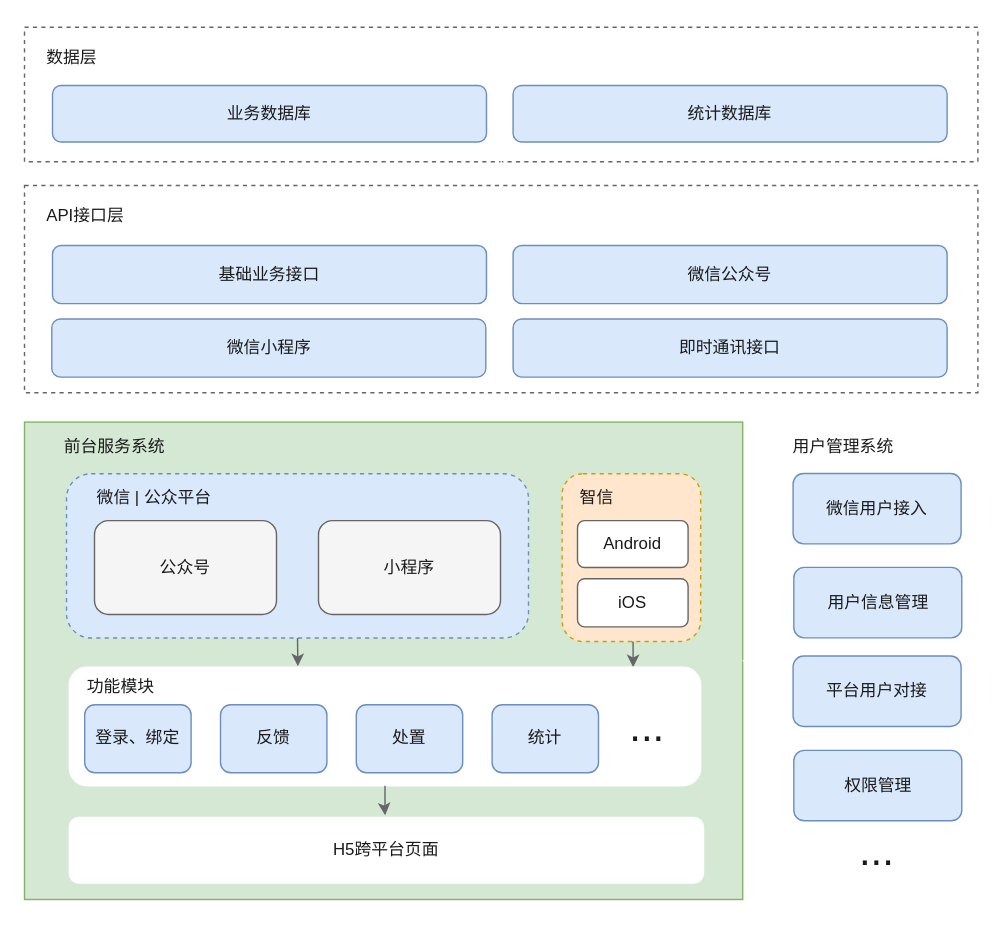
withparadox2/DrawIO keeps this draw.io diagram as page "arch" (3 of 6) of 智信宣传.drawio. Above is the earlier version. Source tidied: cells renumbered, new cells numbered last; positions are measured from the earlier drawing's top-left corner, leaving out a move shared by most shapes. Both pictures are drawn from the tidied source at 140%, with x=0, y=0 at pixel (24, 27).
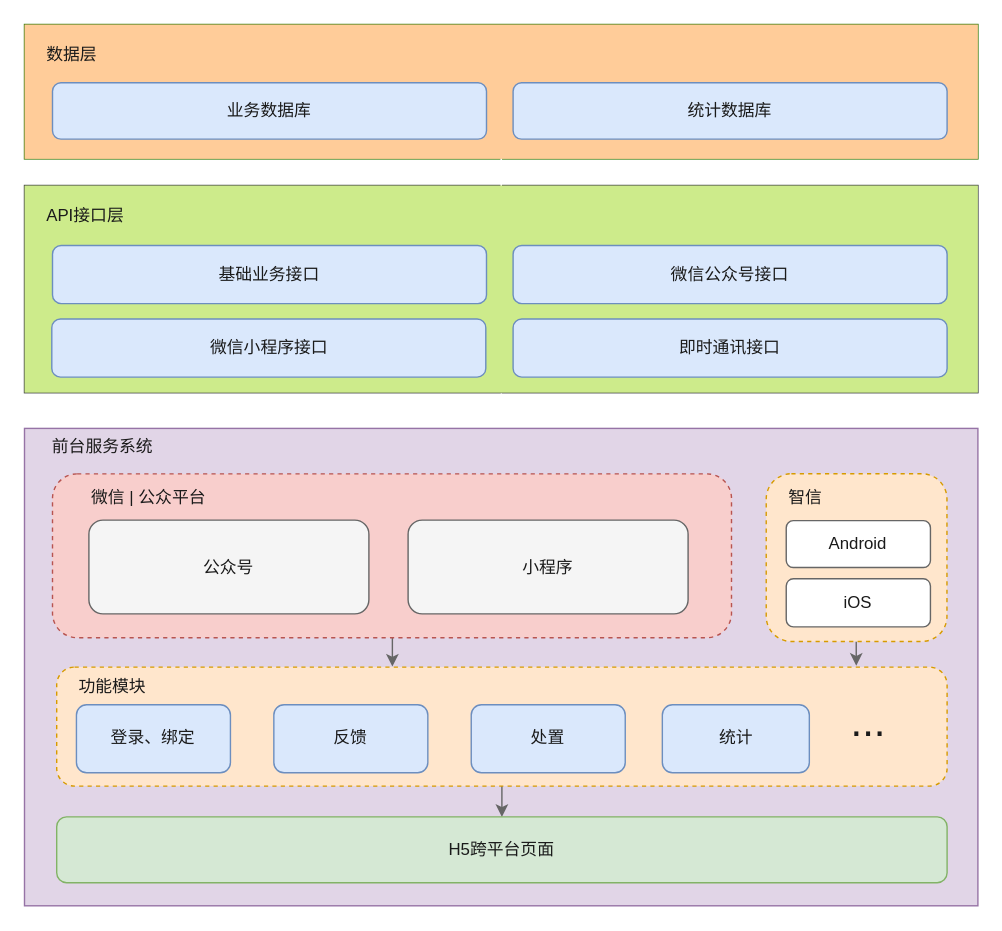
After the change.

What changed in the source:
```diff
@@
-    <mxCell id="2" style="group;" parent="1" vertex="1">
+    <mxCell id="2" style="group;fillColor=#ffcccc;strokeColor=#36393d;" parent="1" vertex="1">
       <mxGeometry y="113" width="681" height="148" as="geometry" />
     </mxCell>
+    <mxCell id="17" style="group;fillColor=#60a917;strokeColor=#2D7600;fontColor=#ffffff;" parent="1" vertex="1">
+      <mxGeometry y="-2" width="681" height="96" as="geometry" />
+    </mxCell>
+    <mxCell id="23" style="edgeStyle=orthogonalEdgeStyle;rounded=0;jettySize=auto;html=1;strokeColor=#FFFFFF;fontColor=#1A1A1A;" parent="1" edge="1" source="3" target="18">
+      <mxGeometry relative="1" as="geometry" />
+    </mxCell>
+    <mxCell id="18" style="rounded=0;whiteSpace=wrap;html=1;strokeColor=none;fillColor=#ffcc99;align=center;" parent="1" vertex="1">
+      <mxGeometry y="-2" width="681" height="96" as="geometry" />
+    </mxCell>
+    <mxCell id="19" value="&lt;div style=&quot;text-align: center&quot;&gt;&lt;span&gt;数据层&lt;/span&gt;&lt;/div&gt;" style="text;html=1;strokeColor=none;fillColor=none;align=left;verticalAlign=middle;whiteSpace=wrap;rounded=0;fontColor=#1A1A1A;" parent="1" vertex="1">
+      <mxGeometry x="14" y="12.8" width="101" height="13.4" as="geometry" />
+    </mxCell>
+    <mxCell id="20" value="&lt;font color=&quot;#1a1a1a&quot;&gt;业务数据库&lt;/font&gt;" style="rounded=1;whiteSpace=wrap;html=1;strokeColor=#6c8ebf;fillColor=#dae8fc;align=center;" parent="1" vertex="1">
+      <mxGeometry x="20" y="39.6" width="310" height="40.3" as="geometry" />
+    </mxCell>
+    <mxCell id="21" value="统计数据库" style="rounded=1;whiteSpace=wrap;html=1;strokeColor=#6c8ebf;fillColor=#dae8fc;align=center;fontColor=#1A1A1A;" parent="1" vertex="1">
+      <mxGeometry x="349" y="39.6" width="310" height="40.3" as="geometry" />
+    </mxCell>
-    <mxCell id="3" style="rounded=0;whiteSpace=wrap;html=1;dashed=1;strokeColor=#666666;fillColor=#ffffff;fontColor=#1A1A1A;align=center;" parent="2" vertex="1">
-      <mxGeometry width="681" height="148" as="geometry" />
+    <mxCell id="3" style="rounded=0;whiteSpace=wrap;html=1;strokeColor=none;fillColor=#cdeb8b;align=center;" parent="1" vertex="1">
+      <mxGeometry y="113" width="681" height="148" as="geometry" />
     </mxCell>
-    <mxCell id="4" value="&lt;div style=&quot;text-align: center&quot;&gt;&lt;span&gt;API接口层&lt;/span&gt;&lt;/div&gt;" style="text;html=1;strokeColor=none;fillColor=none;align=left;verticalAlign=middle;whiteSpace=wrap;rounded=0;fontColor=#1A1A1A;" parent="2" vertex="1">
-      <mxGeometry x="14" y="15.2" width="101" height="13.8" as="geometry" />
+    <mxCell id="4" value="&lt;div style=&quot;text-align: center&quot;&gt;&lt;span&gt;API接口层&lt;/span&gt;&lt;/div&gt;" style="text;html=1;strokeColor=none;fillColor=none;align=left;verticalAlign=middle;whiteSpace=wrap;rounded=0;fontColor=#1A1A1A;" parent="1" vertex="1">
+      <mxGeometry x="14" y="128.2" width="101" height="13.8" as="geometry" />
     </mxCell>
-    <mxCell id="5" value="&lt;font color=&quot;#1a1a1a&quot;&gt;基础业务接口&lt;/font&gt;" style="rounded=1;whiteSpace=wrap;html=1;strokeColor=#6c8ebf;fillColor=#dae8fc;align=center;" parent="2" vertex="1">
-      <mxGeometry x="20" y="42.9" width="310" height="41.5" as="geometry" />
+    <mxCell id="5" value="&lt;font color=&quot;#1a1a1a&quot;&gt;基础业务接口&lt;/font&gt;" style="rounded=1;whiteSpace=wrap;html=1;strokeColor=#6c8ebf;fillColor=#dae8fc;align=center;" parent="1" vertex="1">
+      <mxGeometry x="20" y="155.9" width="310" height="41.5" as="geometry" />
     </mxCell>
-    <mxCell id="6" value="微信公众号" style="rounded=1;whiteSpace=wrap;html=1;strokeColor=#6c8ebf;fillColor=#dae8fc;align=center;fontColor=#1A1A1A;" parent="2" vertex="1">
-      <mxGeometry x="349" y="42.9" width="310" height="41.5" as="geometry" />
+    <mxCell id="6" value="微信公众号接口" style="rounded=1;whiteSpace=wrap;html=1;strokeColor=#6c8ebf;fillColor=#dae8fc;align=center;fontColor=#1A1A1A;" parent="1" vertex="1">
+      <mxGeometry x="349" y="155.9" width="310" height="41.5" as="geometry" />
     </mxCell>
-    <mxCell id="7" value="&lt;font color=&quot;#1a1a1a&quot;&gt;微信小程序&lt;/font&gt;" style="rounded=1;whiteSpace=wrap;html=1;strokeColor=#6c8ebf;fillColor=#dae8fc;align=center;" parent="2" vertex="1">
-      <mxGeometry x="19.5" y="95.4" width="310" height="41.5" as="geometry" />
+    <mxCell id="7" value="&lt;font color=&quot;#1a1a1a&quot;&gt;微信小程序接口&lt;/font&gt;" style="rounded=1;whiteSpace=wrap;html=1;strokeColor=#6c8ebf;fillColor=#dae8fc;align=center;" parent="1" vertex="1">
+      <mxGeometry x="19.5" y="208.4" width="310" height="41.5" as="geometry" />
     </mxCell>
-    <mxCell id="8" value="&lt;font color=&quot;#1a1a1a&quot;&gt;即时通讯接口&lt;/font&gt;" style="rounded=1;whiteSpace=wrap;html=1;strokeColor=#6c8ebf;fillColor=#dae8fc;align=center;" parent="2" vertex="1">
-      <mxGeometry x="349" y="95.4" width="310" height="41.5" as="geometry" />
+    <mxCell id="8" value="&lt;font color=&quot;#1a1a1a&quot;&gt;即时通讯接口&lt;/font&gt;" style="rounded=1;whiteSpace=wrap;html=1;strokeColor=#6c8ebf;fillColor=#dae8fc;align=center;" parent="1" vertex="1">
+      <mxGeometry x="349" y="208.4" width="310" height="41.5" as="geometry" />
     </mxCell>
-    <mxCell id="9" style="group;" parent="1" vertex="1">
-      <mxGeometry x="539" y="281" width="141" height="342" as="geometry" />
-    </mxCell>
-    <mxCell id="10" style="rounded=0;whiteSpace=wrap;html=1;dashed=1;strokeColor=none;fillColor=#ffffff;fontColor=#1A1A1A;align=center;" parent="9" vertex="1">
-      <mxGeometry width="141" height="342" as="geometry" />
-    </mxCell>
-    <mxCell id="11" value="用户管理系统" style="text;html=1;strokeColor=none;fillColor=none;align=left;verticalAlign=middle;whiteSpace=wrap;rounded=0;fontColor=#1A1A1A;" parent="9" vertex="1">
-      <mxGeometry x="7.5" y="10.1" width="101" height="16.8" as="geometry" />
-    </mxCell>
-    <mxCell id="12" value="微信用户接入" style="rounded=1;whiteSpace=wrap;html=1;strokeColor=#6c8ebf;fillColor=#dae8fc;align=center;fontColor=#1A1A1A;" parent="9" vertex="1">
-      <mxGeometry x="10" y="37.7" width="120" height="50.3" as="geometry" />
-    </mxCell>
-    <mxCell id="13" value="用户信息管理" style="rounded=1;whiteSpace=wrap;html=1;strokeColor=#6c8ebf;fillColor=#dae8fc;align=center;fontColor=#1A1A1A;" parent="9" vertex="1">
-      <mxGeometry x="10.5" y="104.8" width="120" height="50.3" as="geometry" />
-    </mxCell>
-    <mxCell id="14" value="平台用户对接" style="rounded=1;whiteSpace=wrap;html=1;strokeColor=#6c8ebf;fillColor=#dae8fc;align=center;fontColor=#1A1A1A;" parent="9" vertex="1">
-      <mxGeometry x="10" y="168.1" width="120" height="50.3" as="geometry" />
-    </mxCell>
-    <mxCell id="15" value="权限管理" style="rounded=1;whiteSpace=wrap;html=1;strokeColor=#6c8ebf;fillColor=#dae8fc;align=center;fontColor=#1A1A1A;" parent="9" vertex="1">
-      <mxGeometry x="10.5" y="235.5" width="120" height="50.3" as="geometry" />
-    </mxCell>
-    <mxCell id="16" value="&lt;font style=&quot;font-size: 30px&quot;&gt;...&lt;/font&gt;" style="text;html=1;strokeColor=none;fillColor=none;align=center;verticalAlign=middle;whiteSpace=wrap;rounded=0;fontColor=#1A1A1A;" parent="9" vertex="1">
-      <mxGeometry x="50" y="298.4" width="40" height="16.8" as="geometry" />
-    </mxCell>
-    <mxCell id="17" style="group;" parent="1" vertex="1">
-      <mxGeometry width="681" height="96" as="geometry" />
-    </mxCell>
-    <mxCell id="18" style="rounded=0;whiteSpace=wrap;html=1;dashed=1;strokeColor=#666666;fillColor=#ffffff;fontColor=#1A1A1A;align=center;" parent="17" vertex="1">
-      <mxGeometry width="681" height="96" as="geometry" />
-    </mxCell>
-    <mxCell id="19" value="&lt;div style=&quot;text-align: center&quot;&gt;&lt;span&gt;数据层&lt;/span&gt;&lt;/div&gt;" style="text;html=1;strokeColor=none;fillColor=none;align=left;verticalAlign=middle;whiteSpace=wrap;rounded=0;fontColor=#1A1A1A;" parent="17" vertex="1">
-      <mxGeometry x="14" y="14.8" width="101" height="13.4" as="geometry" />
-    </mxCell>
-    <mxCell id="20" value="&lt;font color=&quot;#1a1a1a&quot;&gt;业务数据库&lt;/font&gt;" style="rounded=1;whiteSpace=wrap;html=1;strokeColor=#6c8ebf;fillColor=#dae8fc;align=center;" parent="17" vertex="1">
-      <mxGeometry x="20" y="41.6" width="310" height="40.3" as="geometry" />
-    </mxCell>
-    <mxCell id="21" value="统计数据库" style="rounded=1;whiteSpace=wrap;html=1;strokeColor=#6c8ebf;fillColor=#dae8fc;align=center;fontColor=#1A1A1A;" parent="17" vertex="1">
-      <mxGeometry x="349" y="41.6" width="310" height="40.3" as="geometry" />
-    </mxCell>
-    <mxCell id="22" style="endArrow=classic;html=1;strokeColor=#FFFFFF;fontColor=#1A1A1A;" parent="1" edge="1" source="25">
-      <mxGeometry relative="1" as="geometry">
-        <mxPoint x="257" y="261" as="targetPoint" />
-      </mxGeometry>
-    </mxCell>
-    <mxCell id="23" style="edgeStyle=orthogonalEdgeStyle;rounded=0;jettySize=auto;html=1;strokeColor=#FFFFFF;fontColor=#1A1A1A;" parent="1" edge="1" source="3" target="18">
-      <mxGeometry relative="1" as="geometry" />
-    </mxCell>
-    <mxCell id="24" style="group;" parent="1" vertex="1">
-      <mxGeometry y="282" width="513" height="341" as="geometry" />
-    </mxCell>
+    <mxCell id="47" style="edgeStyle=orthogonalEdgeStyle;rounded=0;jettySize=auto;html=1;strokeColor=#FFFFFF;" parent="1" edge="1" source="25" target="3">
+      <mxGeometry relative="1" as="geometry" />
+    </mxCell>
-    <mxCell id="25" style="rounded=0;whiteSpace=wrap;html=1;strokeColor=#82b366;fillColor=#d5e8d4;" parent="24" vertex="1">
-      <mxGeometry width="513" height="341" as="geometry" />
+    <mxCell id="25" style="rounded=0;whiteSpace=wrap;html=1;strokeColor=#9673a6;fillColor=#e1d5e7;" parent="1" vertex="1">
+      <mxGeometry y="286.5" width="681" height="341" as="geometry" />
     </mxCell>
+    <mxCell id="45" style="edgeStyle=orthogonalEdgeStyle;rounded=0;jettySize=auto;html=1;entryX=0.377;entryY=-0.004;entryDx=0;entryDy=0;entryPerimeter=0;strokeColor=#666666;" parent="1" edge="1" source="26" target="32">
+      <mxGeometry relative="1" as="geometry">
+        <Array as="points">
+          <mxPoint x="263" y="457" />
+          <mxPoint x="263" y="457" />
+        </Array>
+      </mxGeometry>
+    </mxCell>
-    <mxCell id="26" style="rounded=1;whiteSpace=wrap;html=1;strokeColor=#6c8ebf;fillColor=#dae8fc;dashed=1;" parent="24" vertex="1">
-      <mxGeometry x="30" y="36.9" width="330" height="117.3" as="geometry" />
+    <mxCell id="26" style="rounded=1;whiteSpace=wrap;html=1;strokeColor=#b85450;fillColor=#f8cecc;dashed=1;" parent="1" vertex="1">
+      <mxGeometry x="20" y="319" width="485" height="117" as="geometry" />
     </mxCell>
-    <mxCell id="27" value="微信 | 公众平台" style="text;html=1;strokeColor=none;fillColor=none;align=left;verticalAlign=middle;whiteSpace=wrap;rounded=0;fontColor=#1A1A1A;" parent="24" vertex="1">
-      <mxGeometry x="50" y="45.2" width="101" height="16.8" as="geometry" />
+    <mxCell id="27" value="微信 | 公众平台" style="text;html=1;strokeColor=none;fillColor=none;align=left;verticalAlign=middle;whiteSpace=wrap;rounded=0;fontColor=#1A1A1A;" parent="1" vertex="1">
+      <mxGeometry x="46.2" y="327.2" width="131.7" height="16.8" as="geometry" />
     </mxCell>
-    <mxCell id="28" value="&lt;font color=&quot;#1a1a1a&quot;&gt;公众号&lt;/font&gt;" style="rounded=1;whiteSpace=wrap;html=1;strokeColor=#666666;fillColor=#f5f5f5;fontColor=#333333;" parent="24" vertex="1">
-      <mxGeometry x="50" y="70.4" width="130" height="67" as="geometry" />
+    <mxCell id="28" value="&lt;font color=&quot;#1a1a1a&quot;&gt;公众号&lt;/font&gt;" style="rounded=1;whiteSpace=wrap;html=1;strokeColor=#666666;fillColor=#f5f5f5;fontColor=#333333;" parent="1" vertex="1">
+      <mxGeometry x="46" y="352" width="200" height="67" as="geometry" />
     </mxCell>
-    <mxCell id="29" value="&lt;font color=&quot;#1a1a1a&quot;&gt;小程序&lt;/font&gt;" style="rounded=1;whiteSpace=wrap;html=1;strokeColor=#666666;fillColor=#f5f5f5;fontColor=#333333;" parent="24" vertex="1">
-      <mxGeometry x="210" y="70.4" width="130" height="67" as="geometry" />
+    <mxCell id="29" value="&lt;font color=&quot;#1a1a1a&quot;&gt;小程序&lt;/font&gt;" style="rounded=1;whiteSpace=wrap;html=1;strokeColor=#666666;fillColor=#f5f5f5;fontColor=#333333;" parent="1" vertex="1">
+      <mxGeometry x="274" y="352" width="200" height="67" as="geometry" />
     </mxCell>
-    <mxCell id="30" style="edgeStyle=orthogonalEdgeStyle;rounded=0;jettySize=auto;html=1;exitX=0.5;exitY=1;exitDx=0;exitDy=0;entryX=0.893;entryY=0;entryDx=0;entryDy=0;entryPerimeter=0;strokeColor=#666666;fontColor=#1A1A1A;" parent="24" edge="1" source="31" target="32">
-      <mxGeometry relative="1" as="geometry" />
+    <mxCell id="30" style="edgeStyle=orthogonalEdgeStyle;rounded=0;jettySize=auto;html=1;entryX=0.898;entryY=-0.012;entryDx=0;entryDy=0;entryPerimeter=0;strokeColor=#666666;" parent="1" edge="1" source="31" target="32">
+      <mxGeometry relative="1" as="geometry">
+        <Array as="points">
+          <mxPoint x="594" y="447" />
+        </Array>
+      </mxGeometry>
     </mxCell>
-    <mxCell id="31" style="rounded=1;whiteSpace=wrap;html=1;strokeColor=#d79b00;fillColor=#ffe6cc;dashed=1;" parent="24" vertex="1">
-      <mxGeometry x="384" y="36.9" width="99" height="119.8" as="geometry" />
+    <mxCell id="31" style="rounded=1;whiteSpace=wrap;html=1;strokeColor=#d79b00;fillColor=#ffe6cc;dashed=1;" parent="1" vertex="1">
+      <mxGeometry x="529.8" y="318.9" width="129.1" height="119.8" as="geometry" />
     </mxCell>
+    <mxCell id="43" style="edgeStyle=orthogonalEdgeStyle;rounded=0;jettySize=auto;html=1;strokeColor=#666666;" parent="1" edge="1" source="32" target="42">
+      <mxGeometry relative="1" as="geometry" />
+    </mxCell>
-    <mxCell id="32" style="rounded=1;whiteSpace=wrap;html=1;strokeColor=#FFFFFF;fillColor=#ffffff;" parent="24" vertex="1">
-      <mxGeometry x="32" y="175.1" width="451" height="84.6" as="geometry" />
+    <mxCell id="32" style="rounded=1;whiteSpace=wrap;html=1;strokeColor=#d79b00;fillColor=#ffe6cc;dashed=1;" parent="1" vertex="1">
+      <mxGeometry x="23" y="457" width="636" height="85" as="geometry" />
     </mxCell>
-    <mxCell id="33" value="前台服务系统" style="text;html=1;strokeColor=none;fillColor=none;align=center;verticalAlign=middle;whiteSpace=wrap;rounded=0;fontColor=#1A1A1A;" parent="24" vertex="1">
-      <mxGeometry x="14" y="9.2" width="101" height="16.8" as="geometry" />
+    <mxCell id="33" value="前台服务系统" style="text;html=1;strokeColor=none;fillColor=none;align=left;verticalAlign=middle;whiteSpace=wrap;rounded=0;fontColor=#1A1A1A;" parent="1" vertex="1">
+      <mxGeometry x="18.3" y="291.2" width="131.7" height="16.8" as="geometry" />
     </mxCell>
-    <mxCell id="34" value="&lt;font color=&quot;#1a1a1a&quot;&gt;登录、绑定&lt;/font&gt;" style="rounded=1;whiteSpace=wrap;html=1;strokeColor=#6c8ebf;fillColor=#dae8fc;" parent="24" vertex="1">
-      <mxGeometry x="43" y="201.9" width="76" height="48.6" as="geometry" />
+    <mxCell id="34" value="&lt;font color=&quot;#1a1a1a&quot;&gt;登录、绑定&lt;/font&gt;" style="rounded=1;whiteSpace=wrap;html=1;strokeColor=#6c8ebf;fillColor=#dae8fc;" parent="1" vertex="1">
+      <mxGeometry x="37.1" y="483.9" width="110" height="48.6" as="geometry" />
     </mxCell>
-    <mxCell id="35" value="&lt;font color=&quot;#1a1a1a&quot;&gt;反馈&lt;/font&gt;" style="rounded=1;whiteSpace=wrap;html=1;strokeColor=#6c8ebf;fillColor=#dae8fc;" parent="24" vertex="1">
-      <mxGeometry x="140" y="201.9" width="76" height="48.6" as="geometry" />
+    <mxCell id="35" value="&lt;font color=&quot;#1a1a1a&quot;&gt;反馈&lt;/font&gt;" style="rounded=1;whiteSpace=wrap;html=1;strokeColor=#6c8ebf;fillColor=#dae8fc;" parent="1" vertex="1">
+      <mxGeometry x="178.1" y="483.9" width="110" height="48.6" as="geometry" />
     </mxCell>
-    <mxCell id="36" value="&lt;font color=&quot;#1a1a1a&quot;&gt;统计&lt;/font&gt;" style="rounded=1;whiteSpace=wrap;html=1;strokeColor=#6c8ebf;fillColor=#dae8fc;" parent="24" vertex="1">
-      <mxGeometry x="334" y="201.9" width="76" height="48.6" as="geometry" />
+    <mxCell id="36" value="&lt;font color=&quot;#1a1a1a&quot;&gt;统计&lt;/font&gt;" style="rounded=1;whiteSpace=wrap;html=1;strokeColor=#6c8ebf;fillColor=#dae8fc;" parent="1" vertex="1">
+      <mxGeometry x="455.6" y="483.9" width="105" height="48.6" as="geometry" />
     </mxCell>
-    <mxCell id="37" value="&lt;font color=&quot;#1a1a1a&quot;&gt;处置&lt;/font&gt;" style="rounded=1;whiteSpace=wrap;html=1;strokeColor=#6c8ebf;fillColor=#dae8fc;" parent="24" vertex="1">
-      <mxGeometry x="237" y="201.9" width="76" height="48.6" as="geometry" />
+    <mxCell id="37" value="&lt;font color=&quot;#1a1a1a&quot;&gt;处置&lt;/font&gt;" style="rounded=1;whiteSpace=wrap;html=1;strokeColor=#6c8ebf;fillColor=#dae8fc;" parent="1" vertex="1">
+      <mxGeometry x="319.1" y="483.9" width="110" height="48.6" as="geometry" />
     </mxCell>
-    <mxCell id="38" value="&lt;div style=&quot;text-align: left&quot;&gt;&lt;span&gt;功能模块&lt;/span&gt;&lt;/div&gt;" style="text;html=1;strokeColor=none;fillColor=none;align=left;verticalAlign=middle;whiteSpace=wrap;rounded=0;fontColor=#1A1A1A;" parent="24" vertex="1">
-      <mxGeometry x="43" y="181" width="101" height="16.8" as="geometry" />
+    <mxCell id="38" value="&lt;div style=&quot;text-align: left&quot;&gt;&lt;span&gt;功能模块&lt;/span&gt;&lt;/div&gt;" style="text;html=1;strokeColor=none;fillColor=none;align=left;verticalAlign=middle;whiteSpace=wrap;rounded=0;fontColor=#1A1A1A;" parent="1" vertex="1">
+      <mxGeometry x="37.1" y="463" width="131.7" height="16.8" as="geometry" />
     </mxCell>
-    <mxCell id="39" value="智信" style="text;html=1;strokeColor=none;fillColor=none;align=left;verticalAlign=middle;whiteSpace=wrap;rounded=0;fontColor=#1A1A1A;" parent="24" vertex="1">
-      <mxGeometry x="395" y="45.2" width="45" height="16.8" as="geometry" />
+    <mxCell id="39" value="智信" style="text;html=1;strokeColor=none;fillColor=none;align=left;verticalAlign=middle;whiteSpace=wrap;rounded=0;fontColor=#1A1A1A;" parent="1" vertex="1">
+      <mxGeometry x="544.1" y="327.2" width="58.7" height="16.8" as="geometry" />
     </mxCell>
-    <mxCell id="40" value="Android" style="rounded=1;whiteSpace=wrap;html=1;strokeColor=#666666;fillColor=#ffffff;fontColor=#1A1A1A;align=center;" parent="24" vertex="1">
-      <mxGeometry x="395" y="70.4" width="79" height="33.5" as="geometry" />
+    <mxCell id="40" value="Android" style="rounded=1;whiteSpace=wrap;html=1;strokeColor=#666666;fillColor=#ffffff;fontColor=#1A1A1A;align=center;" parent="1" vertex="1">
+      <mxGeometry x="544.1" y="352.4" width="103" height="33.5" as="geometry" />
     </mxCell>
-    <mxCell id="41" value="iOS" style="rounded=1;whiteSpace=wrap;html=1;strokeColor=#666666;fillColor=#ffffff;fontColor=#1A1A1A;align=center;" parent="24" vertex="1">
-      <mxGeometry x="395" y="111.9" width="79" height="34.4" as="geometry" />
+    <mxCell id="41" value="iOS" style="rounded=1;whiteSpace=wrap;html=1;strokeColor=#666666;fillColor=#ffffff;fontColor=#1A1A1A;align=center;" parent="1" vertex="1">
+      <mxGeometry x="544.1" y="393.9" width="103" height="34.4" as="geometry" />
     </mxCell>
-    <mxCell id="42" value="&lt;font color=&quot;#1a1a1a&quot;&gt;H5跨平台页面&lt;/font&gt;" style="rounded=1;whiteSpace=wrap;html=1;strokeColor=#FFFFFF;fillColor=#ffffff;fontColor=#f0f0f0;align=center;" parent="24" vertex="1">
-      <mxGeometry x="32" y="282.4" width="453" height="46.9" as="geometry" />
+    <mxCell id="42" value="&lt;font color=&quot;#1a1a1a&quot;&gt;H5跨平台页面&lt;/font&gt;" style="rounded=1;whiteSpace=wrap;html=1;strokeColor=#82b366;fillColor=#d5e8d4;align=center;" parent="1" vertex="1">
+      <mxGeometry x="23" y="564" width="636" height="47" as="geometry" />
     </mxCell>
-    <mxCell id="43" style="edgeStyle=orthogonalEdgeStyle;rounded=0;jettySize=auto;html=1;entryX=0.498;entryY=-0.033;entryDx=0;entryDy=0;entryPerimeter=0;strokeColor=#666666;fontColor=#1A1A1A;" parent="24" edge="1" source="32" target="42">
-      <mxGeometry relative="1" as="geometry" />
-    </mxCell>
-    <mxCell id="44" value="&lt;font style=&quot;font-size: 30px&quot;&gt;...&lt;/font&gt;" style="text;html=1;strokeColor=none;fillColor=none;align=center;verticalAlign=middle;whiteSpace=wrap;rounded=0;fontColor=#1A1A1A;" parent="24" vertex="1">
-      <mxGeometry x="425" y="209" width="40" height="16.8" as="geometry" />
+    <mxCell id="44" value="&lt;font style=&quot;font-size: 30px&quot;&gt;...&lt;/font&gt;" style="text;html=1;strokeColor=none;fillColor=none;align=center;verticalAlign=middle;whiteSpace=wrap;rounded=0;fontColor=#1A1A1A;" parent="1" vertex="1">
+      <mxGeometry x="576.8" y="487.5" width="52.2" height="16.8" as="geometry" />
     </mxCell>
-    <mxCell id="45" style="endArrow=classic;html=1;strokeColor=#666666;fontColor=#1A1A1A;exitX=0.5;exitY=1;exitDx=0;exitDy=0;entryX=0.362;entryY=-0.009;entryDx=0;entryDy=0;entryPerimeter=0;" parent="24" edge="1" source="26" target="32">
-      <mxGeometry relative="1" as="geometry" />
-    </mxCell>
-    <mxCell id="46" style="edgeStyle=orthogonalEdgeStyle;rounded=0;jettySize=auto;html=1;strokeColor=#FFFFFF;fontColor=#1A1A1A;entryX=0;entryY=0.5;entryDx=0;entryDy=0;fillColor=#f5f5f5;" parent="1" edge="1" source="25" target="10">
-      <mxGeometry relative="1" as="geometry" />
-    </mxCell>
```
